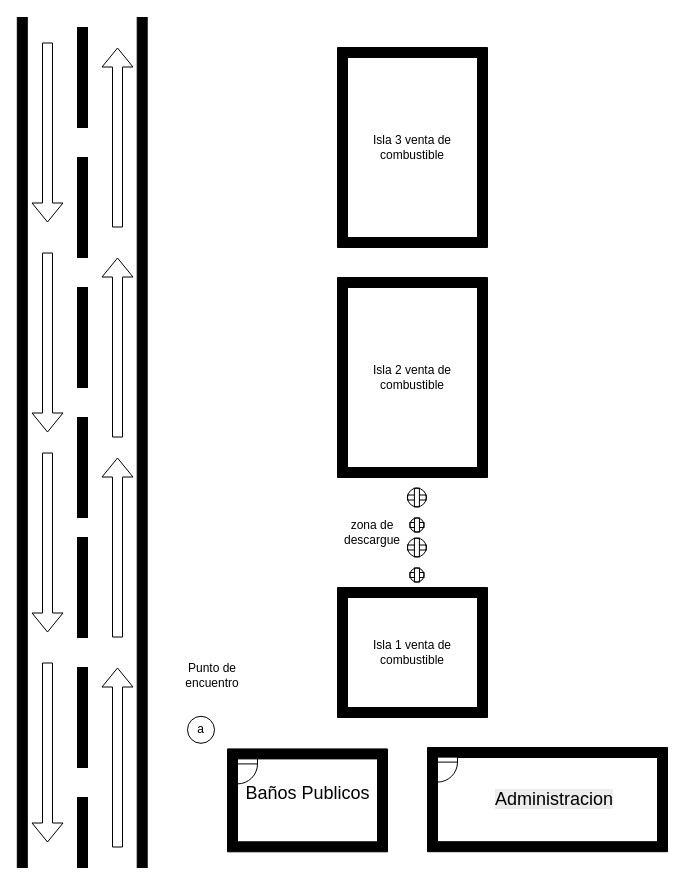
artherx/Dese-o-Estacion keeps this draw.io diagram as Diagrama sin título.drawio. Above is the earlier version. Source tidied: cells renumbered, new cells numbered last; positions are measured from the earlier drawing's top-left corner, leaving out a move shared by most shapes. Both pictures are drawn from the tidied source at 100%, with x=0, y=0 at pixel (17, 17).
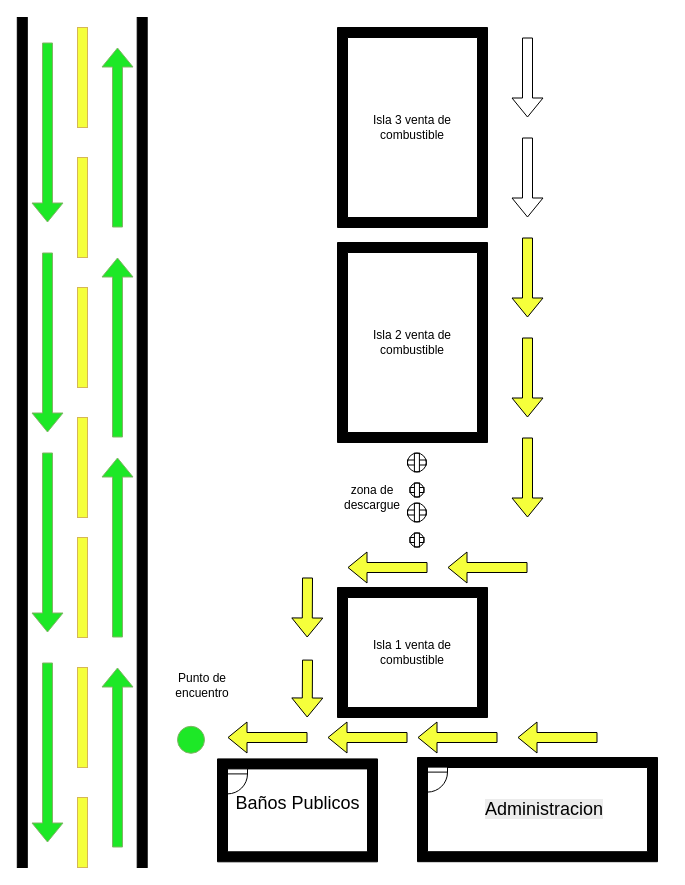
The same diagram, later.

Unchanged cells that the change refers to:
```xml
<mxCell id="10" style="group;" parent="1" vertex="1">
  <mxGeometry width="129.4" height="850" as="geometry" />
</mxCell>
```

Diff of the diagram source:
```diff
@@
     <mxCell id="2" style="group;" parent="1" vertex="1">
-      <mxGeometry x="210" y="731.4" width="160" height="102.9" as="geometry" />
+      <mxGeometry x="200" y="741.4" width="160" height="102.9" as="geometry" />
     </mxCell>
@@
     <mxCell id="6" style="group;" parent="1" vertex="1">
-      <mxGeometry x="410" y="730" width="240" height="104.2" as="geometry" />
+      <mxGeometry x="400" y="740" width="240" height="104.2" as="geometry" />
     </mxCell>
@@
-    <mxCell id="13" style="verticalLabelPosition=bottom;html=1;verticalAlign=top;align=center;shape=mxgraph.floorplan.wall;fillColor=strokeColor;direction=south;" parent="10" vertex="1">
+    <mxCell id="13" style="verticalLabelPosition=bottom;html=1;verticalAlign=top;align=center;shape=mxgraph.floorplan.wall;fillColor=#F5FF3B;direction=south;strokeColor=#d6b656;" parent="10" vertex="1">
       <mxGeometry x="60" y="140" width="10" height="100" as="geometry" />
     </mxCell>
-    <mxCell id="14" style="verticalLabelPosition=bottom;html=1;verticalAlign=top;align=center;shape=mxgraph.floorplan.wall;fillColor=strokeColor;direction=south;" parent="10" vertex="1">
+    <mxCell id="14" style="verticalLabelPosition=bottom;html=1;verticalAlign=top;align=center;shape=mxgraph.floorplan.wall;fillColor=#F5FF3B;direction=south;strokeColor=#d6b656;" parent="10" vertex="1">
       <mxGeometry x="60" y="270" width="10" height="100" as="geometry" />
     </mxCell>
-    <mxCell id="15" style="verticalLabelPosition=bottom;html=1;verticalAlign=top;align=center;shape=mxgraph.floorplan.wall;fillColor=strokeColor;direction=south;" parent="10" vertex="1">
+    <mxCell id="15" style="verticalLabelPosition=bottom;html=1;verticalAlign=top;align=center;shape=mxgraph.floorplan.wall;fillColor=#F5FF3B;direction=south;strokeColor=#d6b656;" parent="10" vertex="1">
       <mxGeometry x="60" y="400" width="10" height="100" as="geometry" />
     </mxCell>
-    <mxCell id="16" style="verticalLabelPosition=bottom;html=1;verticalAlign=top;align=center;shape=mxgraph.floorplan.wall;fillColor=strokeColor;direction=south;" parent="10" vertex="1">
+    <mxCell id="16" style="verticalLabelPosition=bottom;html=1;verticalAlign=top;align=center;shape=mxgraph.floorplan.wall;fillColor=#F5FF3B;direction=south;strokeColor=#d6b656;" parent="10" vertex="1">
       <mxGeometry x="60" y="520" width="10" height="100" as="geometry" />
     </mxCell>
-    <mxCell id="17" style="verticalLabelPosition=bottom;html=1;verticalAlign=top;align=center;shape=mxgraph.floorplan.wall;fillColor=strokeColor;direction=south;" parent="10" vertex="1">
+    <mxCell id="17" style="verticalLabelPosition=bottom;html=1;verticalAlign=top;align=center;shape=mxgraph.floorplan.wall;fillColor=#F5FF3B;direction=south;strokeColor=#d6b656;" parent="10" vertex="1">
       <mxGeometry x="60" y="650" width="10" height="100" as="geometry" />
     </mxCell>
-    <mxCell id="18" style="verticalLabelPosition=bottom;html=1;verticalAlign=top;align=center;shape=mxgraph.floorplan.wall;fillColor=strokeColor;direction=south;" parent="10" vertex="1">
+    <mxCell id="18" style="verticalLabelPosition=bottom;html=1;verticalAlign=top;align=center;shape=mxgraph.floorplan.wall;fillColor=#F5FF3B;direction=south;strokeColor=#d6b656;" parent="10" vertex="1">
       <mxGeometry x="60" y="10" width="10" height="100" as="geometry" />
     </mxCell>
-    <mxCell id="19" style="verticalLabelPosition=bottom;html=1;verticalAlign=top;align=center;shape=mxgraph.floorplan.wall;fillColor=strokeColor;direction=south;" parent="10" vertex="1">
+    <mxCell id="19" style="verticalLabelPosition=bottom;html=1;verticalAlign=top;align=center;shape=mxgraph.floorplan.wall;fillColor=#F5FF3B;direction=south;strokeColor=#d6b656;" parent="10" vertex="1">
       <mxGeometry x="60" y="780" width="10" height="70" as="geometry" />
     </mxCell>
-    <mxCell id="20" style="shape=flexArrow;endArrow=classic;html=1;rounded=0;" parent="10" edge="1">
+    <mxCell id="20" style="shape=flexArrow;endArrow=classic;html=1;rounded=0;fillColor=#1DE827;strokeColor=#82b366;fillStyle=solid;" parent="10" edge="1">
       <mxGeometry relative="1" as="geometry">
         <mxPoint x="100" y="830" as="sourcePoint" />
         <mxPoint x="100" y="650" as="targetPoint" />
       </mxGeometry>
     </mxCell>
-    <mxCell id="21" style="shape=flexArrow;endArrow=classic;html=1;rounded=0;" parent="10" edge="1">
+    <mxCell id="21" style="shape=flexArrow;endArrow=classic;html=1;rounded=0;fillColor=#1DE827;strokeColor=#82b366;fillStyle=solid;" parent="10" edge="1">
       <mxGeometry relative="1" as="geometry">
         <mxPoint x="100" y="620" as="sourcePoint" />
         <mxPoint x="100" y="440" as="targetPoint" />
       </mxGeometry>
     </mxCell>
-    <mxCell id="22" style="shape=flexArrow;endArrow=classic;html=1;rounded=0;" parent="10" edge="1">
+    <mxCell id="22" style="shape=flexArrow;endArrow=classic;html=1;rounded=0;fillColor=#1DE827;strokeColor=#82b366;fillStyle=solid;" parent="10" edge="1">
       <mxGeometry relative="1" as="geometry">
         <mxPoint x="100" y="420" as="sourcePoint" />
         <mxPoint x="100" y="240" as="targetPoint" />
       </mxGeometry>
     </mxCell>
-    <mxCell id="23" style="shape=flexArrow;endArrow=classic;html=1;rounded=0;" parent="10" edge="1">
+    <mxCell id="23" style="shape=flexArrow;endArrow=classic;html=1;rounded=0;fillColor=#1DE827;strokeColor=#82b366;fillStyle=solid;" parent="10" edge="1">
       <mxGeometry relative="1" as="geometry">
         <mxPoint x="100" y="210" as="sourcePoint" />
         <mxPoint x="100" y="30" as="targetPoint" />
       </mxGeometry>
     </mxCell>
-    <mxCell id="24" style="shape=flexArrow;endArrow=none;html=1;rounded=0;startArrow=block;endFill=0;" parent="10" edge="1">
+    <mxCell id="24" style="shape=flexArrow;endArrow=none;html=1;rounded=0;startArrow=block;endFill=0;fillColor=#1DE827;strokeColor=#82b366;fillStyle=solid;" parent="10" edge="1">
       <mxGeometry relative="1" as="geometry">
         <mxPoint x="30" y="825" as="sourcePoint" />
         <mxPoint x="30" y="645" as="targetPoint" />
       </mxGeometry>
     </mxCell>
-    <mxCell id="25" style="shape=flexArrow;endArrow=none;html=1;rounded=0;startArrow=block;endFill=0;" parent="10" edge="1">
+    <mxCell id="25" style="shape=flexArrow;endArrow=none;html=1;rounded=0;startArrow=block;endFill=0;fillColor=#1DE827;strokeColor=#82b366;fillStyle=solid;" parent="10" edge="1">
       <mxGeometry relative="1" as="geometry">
         <mxPoint x="30" y="615" as="sourcePoint" />
         <mxPoint x="30" y="435" as="targetPoint" />
       </mxGeometry>
     </mxCell>
-    <mxCell id="26" style="shape=flexArrow;endArrow=none;html=1;rounded=0;startArrow=block;endFill=0;" parent="10" edge="1">
+    <mxCell id="26" style="shape=flexArrow;endArrow=none;html=1;rounded=0;startArrow=block;endFill=0;fillColor=#1DE827;strokeColor=#82b366;fillStyle=solid;" parent="10" edge="1">
       <mxGeometry relative="1" as="geometry">
         <mxPoint x="30" y="415" as="sourcePoint" />
         <mxPoint x="30" y="235" as="targetPoint" />
       </mxGeometry>
     </mxCell>
-    <mxCell id="27" style="shape=flexArrow;endArrow=none;html=1;rounded=0;startArrow=block;endFill=0;" parent="10" edge="1">
+    <mxCell id="27" style="shape=flexArrow;endArrow=none;html=1;rounded=0;startArrow=block;endFill=0;fillColor=#1DE827;strokeColor=#82b366;fillStyle=solid;" parent="10" edge="1">
       <mxGeometry relative="1" as="geometry">
         <mxPoint x="30" y="205" as="sourcePoint" />
         <mxPoint x="30" y="25" as="targetPoint" />
       </mxGeometry>
     </mxCell>
     <mxCell id="28" style="group;" parent="1" vertex="1">
-      <mxGeometry x="160" y="630" width="70" height="95.8" as="geometry" />
+      <mxGeometry x="150" y="640" width="70" height="95.8" as="geometry" />
     </mxCell>
-    <mxCell id="29" value="a" style="ellipse;whiteSpace=wrap;html=1;" parent="28" vertex="1">
+    <mxCell id="29" style="ellipse;whiteSpace=wrap;html=1;fillColor=light-dark(#1de827, #1f2f1e);strokeColor=#82b366;" parent="28" vertex="1">
       <mxGeometry x="10" y="68.8" width="27" height="27" as="geometry" />
     </mxCell>
@@
     <mxCell id="34" style="group;" parent="1" vertex="1">
-      <mxGeometry x="320" y="460" width="88.8" height="110" as="geometry" />
+      <mxGeometry x="320" y="425" width="88.8" height="110" as="geometry" />
     </mxCell>
@@
     <mxCell id="42" style="group;" parent="1" vertex="1">
-      <mxGeometry x="320" y="30" width="150" height="200" as="geometry" />
+      <mxGeometry x="320" y="10" width="150" height="200" as="geometry" />
     </mxCell>
@@
     <mxCell id="45" style="group;" parent="1" vertex="1">
-      <mxGeometry x="320" y="260" width="150" height="200" as="geometry" />
+      <mxGeometry x="320" y="225" width="150" height="200" as="geometry" />
     </mxCell>
@@
+    <mxCell id="48" style="shape=flexArrow;endArrow=classic;html=1;rounded=0;" parent="1" edge="1">
+      <mxGeometry relative="1" as="geometry">
+        <mxPoint x="510" y="20" as="sourcePoint" />
+        <mxPoint x="510" y="100" as="targetPoint" />
+      </mxGeometry>
+    </mxCell>
+    <mxCell id="49" style="shape=flexArrow;endArrow=classic;html=1;rounded=0;" parent="1" edge="1">
+      <mxGeometry relative="1" as="geometry">
+        <mxPoint x="510" y="120" as="sourcePoint" />
+        <mxPoint x="510" y="200" as="targetPoint" />
+      </mxGeometry>
+    </mxCell>
+    <mxCell id="50" style="shape=flexArrow;endArrow=classic;html=1;rounded=0;fillColor=light-dark(#f5ff3b, #ededed);gradientColor=none;" parent="1" edge="1">
+      <mxGeometry relative="1" as="geometry">
+        <mxPoint x="510" y="220" as="sourcePoint" />
+        <mxPoint x="510" y="300" as="targetPoint" />
+      </mxGeometry>
+    </mxCell>
+    <mxCell id="51" style="shape=flexArrow;endArrow=classic;html=1;rounded=0;fillColor=light-dark(#f5ff3b, #ededed);gradientColor=none;" parent="1" edge="1">
+      <mxGeometry relative="1" as="geometry">
+        <mxPoint x="510" y="320" as="sourcePoint" />
+        <mxPoint x="510" y="400" as="targetPoint" />
+      </mxGeometry>
+    </mxCell>
+    <mxCell id="52" style="shape=flexArrow;endArrow=classic;html=1;rounded=0;fillColor=light-dark(#f5ff3b, #ededed);gradientColor=none;" parent="1" edge="1">
+      <mxGeometry relative="1" as="geometry">
+        <mxPoint x="510" y="420" as="sourcePoint" />
+        <mxPoint x="510" y="500" as="targetPoint" />
+      </mxGeometry>
+    </mxCell>
+    <mxCell id="53" style="shape=flexArrow;endArrow=classic;html=1;rounded=0;fillColor=light-dark(#f5ff3b, #ededed);gradientColor=none;" parent="1" edge="1">
+      <mxGeometry relative="1" as="geometry">
+        <mxPoint x="510" y="550" as="sourcePoint" />
+        <mxPoint x="430" y="550" as="targetPoint" />
+      </mxGeometry>
+    </mxCell>
+    <mxCell id="54" style="shape=flexArrow;endArrow=classic;html=1;rounded=0;fillColor=light-dark(#f5ff3b, #ededed);gradientColor=none;" parent="1" edge="1">
+      <mxGeometry relative="1" as="geometry">
+        <mxPoint x="410" y="550" as="sourcePoint" />
+        <mxPoint x="330" y="550" as="targetPoint" />
+      </mxGeometry>
+    </mxCell>
+    <mxCell id="55" style="shape=flexArrow;endArrow=classic;html=1;rounded=0;fillColor=light-dark(#f5ff3b, #ededed);gradientColor=none;" parent="1" edge="1">
+      <mxGeometry relative="1" as="geometry">
+        <mxPoint x="290" y="560" as="sourcePoint" />
+        <mxPoint x="289.7" y="620" as="targetPoint" />
+      </mxGeometry>
+    </mxCell>
+    <mxCell id="56" style="shape=flexArrow;endArrow=classic;html=1;rounded=0;fillColor=light-dark(#f5ff3b, #ededed);gradientColor=none;" parent="1" edge="1">
+      <mxGeometry relative="1" as="geometry">
+        <mxPoint x="290" y="642.1" as="sourcePoint" />
+        <mxPoint x="289.7" y="700" as="targetPoint" />
+      </mxGeometry>
+    </mxCell>
+    <mxCell id="57" style="shape=flexArrow;endArrow=classic;html=1;rounded=0;fillColor=light-dark(#f5ff3b, #ededed);gradientColor=none;" parent="1" edge="1">
+      <mxGeometry relative="1" as="geometry">
+        <mxPoint x="580" y="720" as="sourcePoint" />
+        <mxPoint x="500" y="720" as="targetPoint" />
+      </mxGeometry>
+    </mxCell>
+    <mxCell id="58" style="shape=flexArrow;endArrow=classic;html=1;rounded=0;fillColor=light-dark(#f5ff3b, #ededed);gradientColor=none;" parent="1" edge="1">
+      <mxGeometry relative="1" as="geometry">
+        <mxPoint x="480" y="720" as="sourcePoint" />
+        <mxPoint x="400" y="720" as="targetPoint" />
+      </mxGeometry>
+    </mxCell>
+    <mxCell id="59" style="shape=flexArrow;endArrow=classic;html=1;rounded=0;fillColor=light-dark(#f5ff3b, #ededed);gradientColor=none;" parent="1" edge="1">
+      <mxGeometry relative="1" as="geometry">
+        <mxPoint x="390" y="720" as="sourcePoint" />
+        <mxPoint x="310" y="720" as="targetPoint" />
+      </mxGeometry>
+    </mxCell>
+    <mxCell id="60" style="shape=flexArrow;endArrow=classic;html=1;rounded=0;fillColor=light-dark(#f5ff3b, #ededed);gradientColor=none;" parent="1" edge="1">
+      <mxGeometry relative="1" as="geometry">
+        <mxPoint x="290" y="720" as="sourcePoint" />
+        <mxPoint x="210" y="720" as="targetPoint" />
+      </mxGeometry>
+    </mxCell>
```
